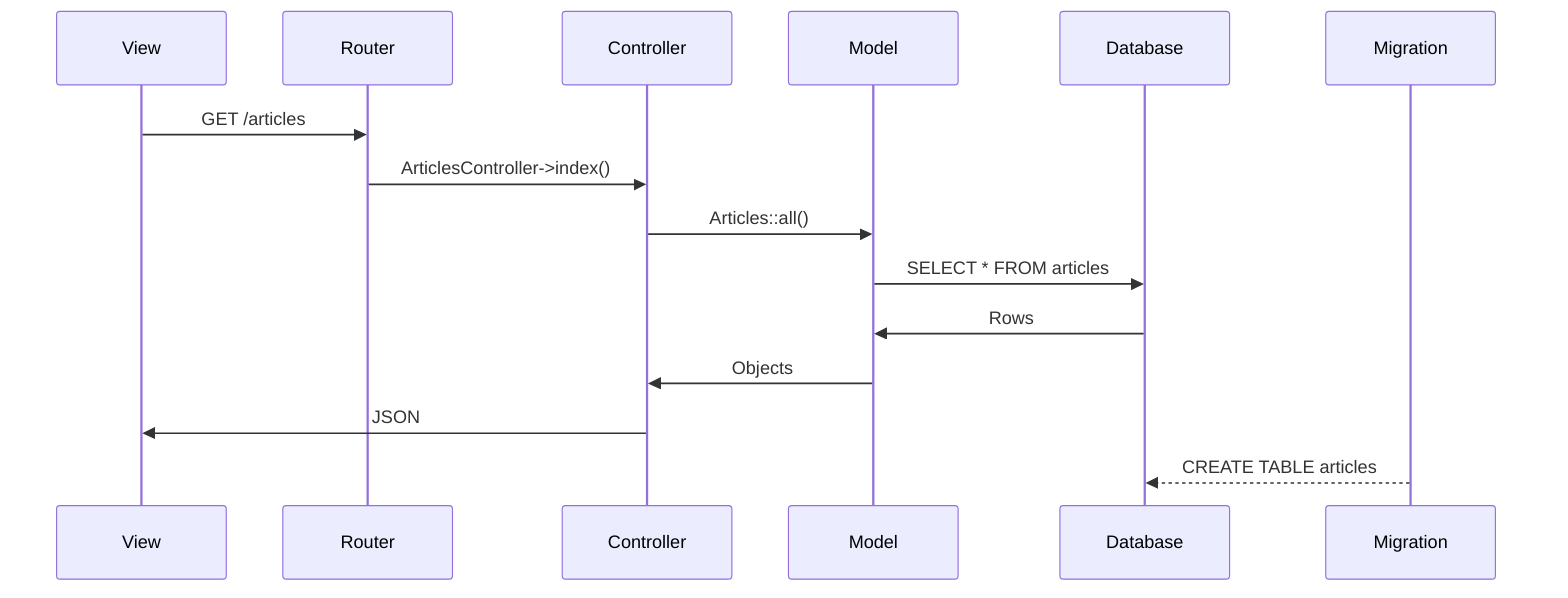
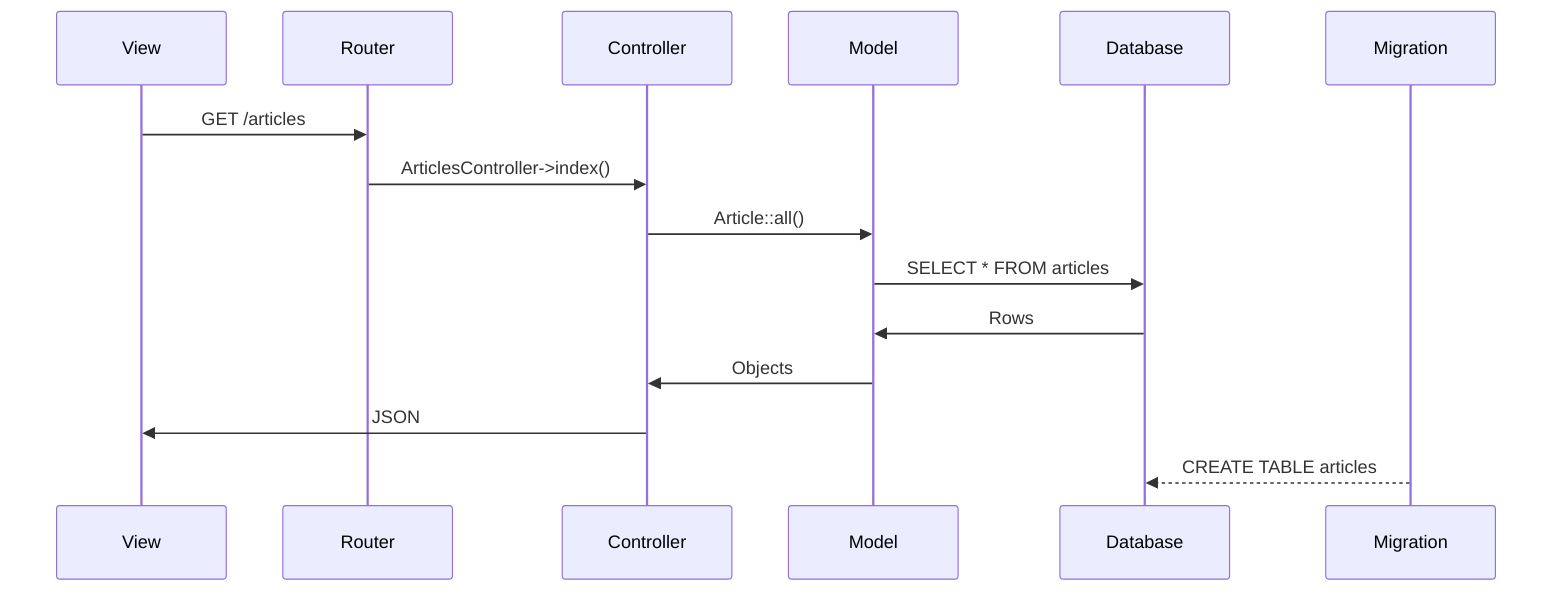
sequenceDiagram
    participant V as View
    participant R as Router
    participant C as Controller
    participant M as Model
    participant D as Database
    participant MG as Migration
    V ->> R: GET /articles
    R ->> C: ArticlesController->index()
-     C ->> M: Articles::all()
+     C ->> M: Article::all()
    M ->> D: SELECT * FROM articles
    D ->> M: Rows
    M ->> C: Objects
    C ->> V: JSON
    MG -->> D: CREATE TABLE articles
